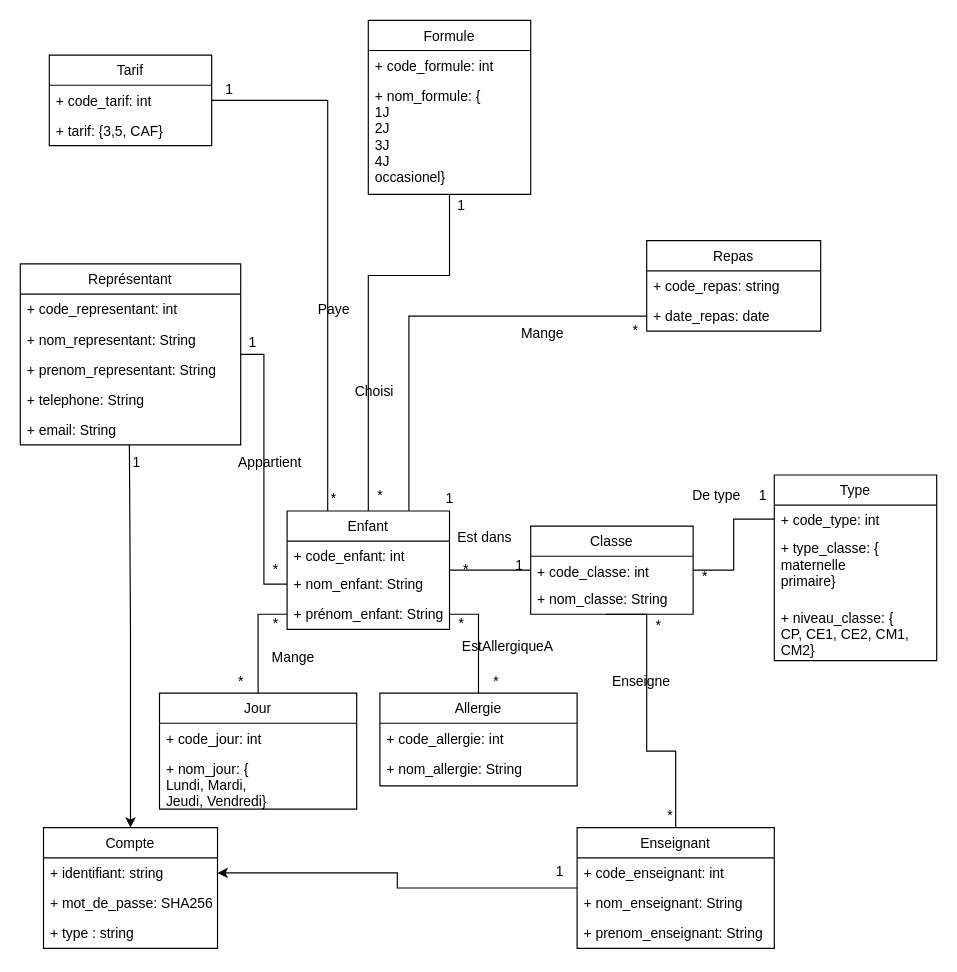
Gwendo73/Cantine keeps this draw.io diagram as documents/SGBD.drawio. Above is the earlier version. Source tidied: cells renumbered, new cells numbered last; positions are measured from the earlier drawing's top-left corner, leaving out a move shared by most shapes. Both pictures are drawn from the tidied source at 116%, with x=0, y=0 at pixel (20, 20).
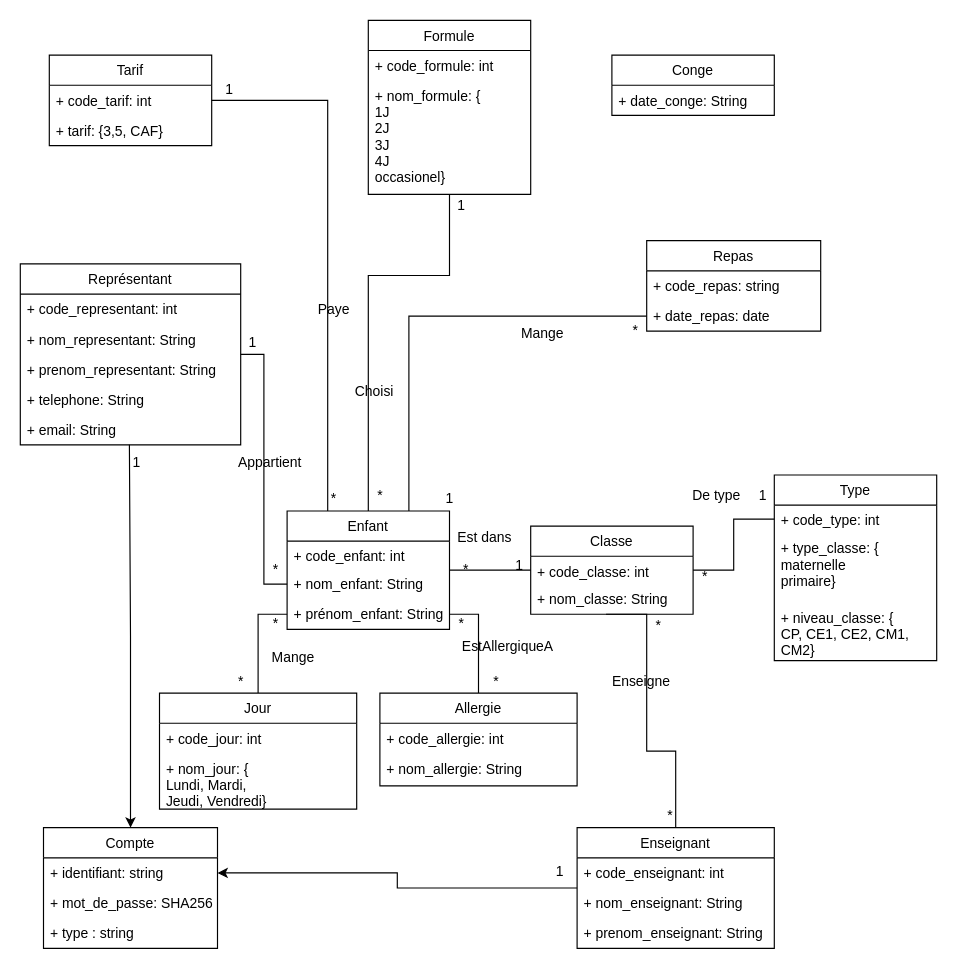
The same page after the edit.

Change to the diagram source:
```diff
@@
+    <mxCell id="82" value="Conge" style="swimlane;fontStyle=0;horizontal=1;startSize=26;fillColor=none;" parent="1" vertex="1">
+      <mxGeometry x="510" y="30" width="140" height="52" as="geometry" />
+    </mxCell>
+    <mxCell id="83" value="+ date_conge: String" style="text;strokeColor=none;fillColor=none;align=left;verticalAlign=top;spacingLeft=4;spacingRight=4;overflow=hidden;" parent="82" vertex="1">
+      <mxGeometry y="26" width="140" height="26" as="geometry" />
+    </mxCell>
```
